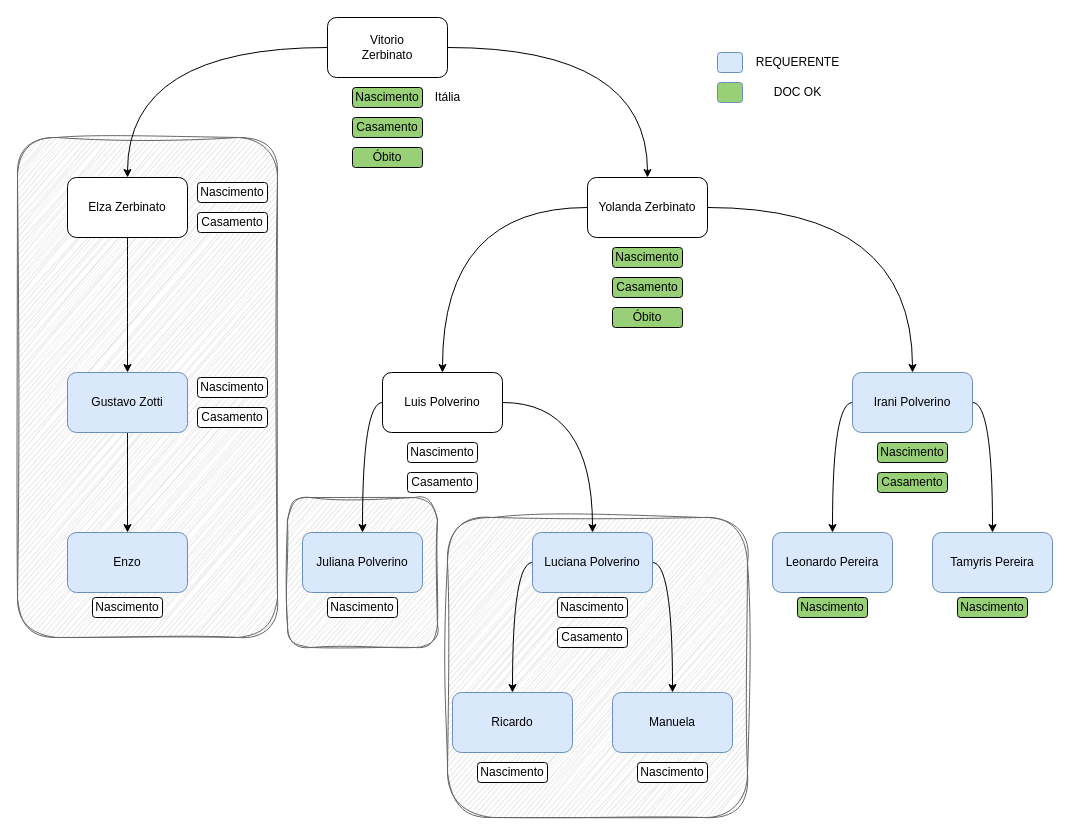
Earlier version of the draw.io diagram familia.drawio (leo-odilon/draw.io). Source tidied: cells renumbered, new cells numbered last; positions are measured from the earlier drawing's top-left corner, leaving out a move shared by most shapes. Both pictures are drawn from the tidied source at 100%, with x=0, y=0 at pixel (17, 17).
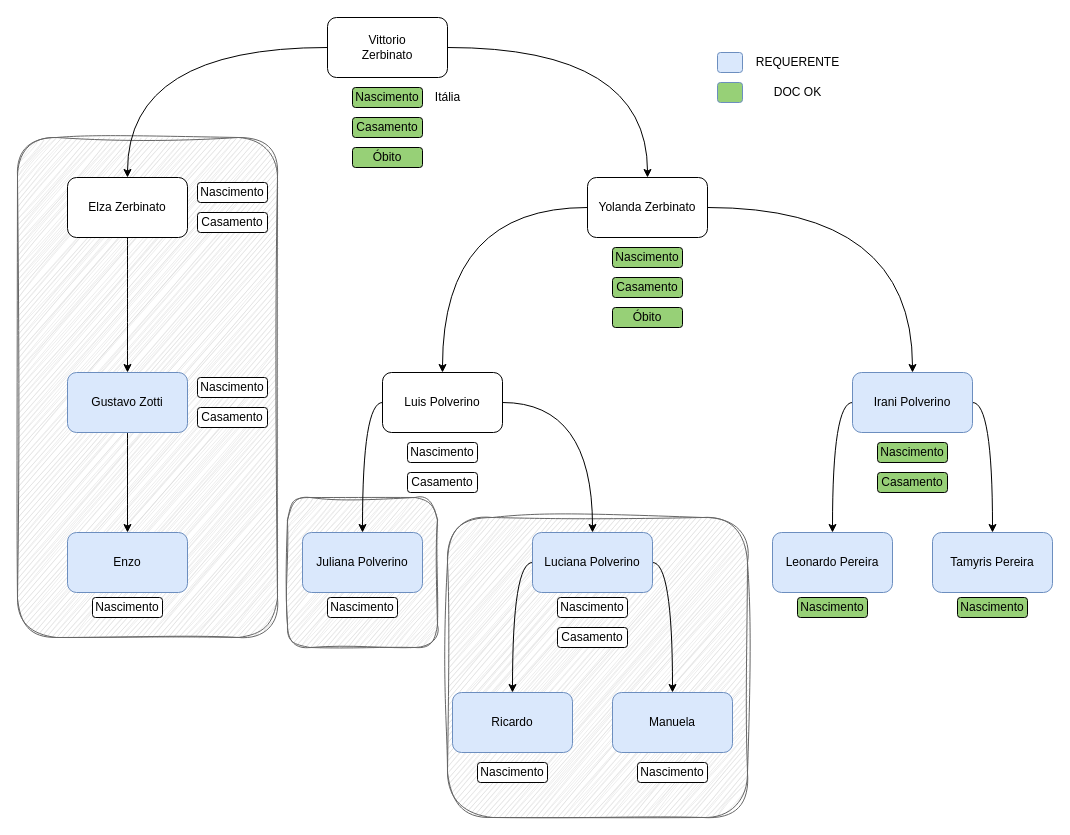
The same diagram, later.

Change to the diagram source:
```diff
@@
-    <mxCell id="7" value="Vitorio&lt;br&gt;Zerbinato" style="rounded=1;whiteSpace=wrap;html=1;" parent="1" vertex="1">
+    <mxCell id="7" value="Vittorio&lt;br&gt;Zerbinato" style="rounded=1;whiteSpace=wrap;html=1;" parent="1" vertex="1">
       <mxGeometry x="310" width="120" height="60" as="geometry" />
     </mxCell>
```
